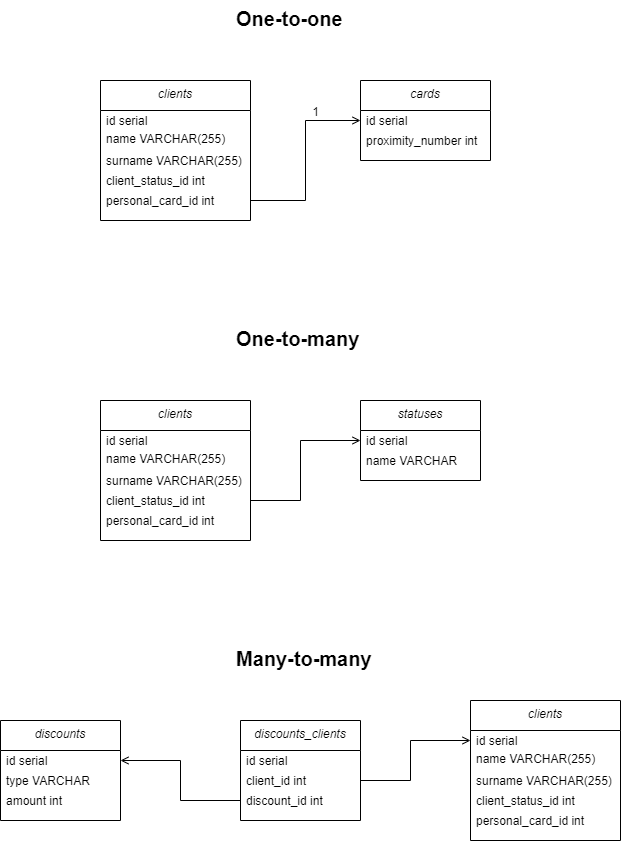
Earlier version of the draw.io export chapter_003/Diagram of relations.drawio.png (Ilnazfah/job4j_design). Source tidied: cells renumbered, new cells last; positions are measured from the earlier drawing's top-left corner, leaving out a move shared by most shapes.
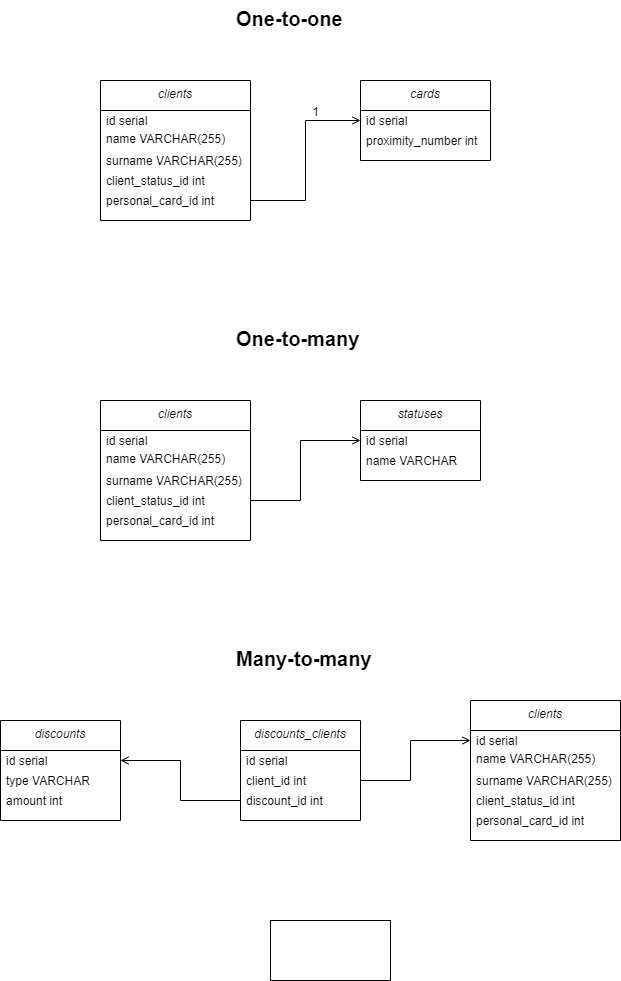
Later version of the same file.

The edit, as a diff of the source:
```diff
@@ -149,5 +149,8 @@
         <mxPoint x="-40" y="32" as="offset" />
       </mxGeometry>
     </mxCell>
+    <mxCell id="42" style="whiteSpace=wrap;html=1;fontSize=20;strokeWidth=1;align=left;verticalAlign=middle;" parent="1" vertex="1">
+      <mxGeometry x="270" y="920" width="120" height="60" as="geometry" />
+    </mxCell>
   </root>
 </mxGraphModel>
```
